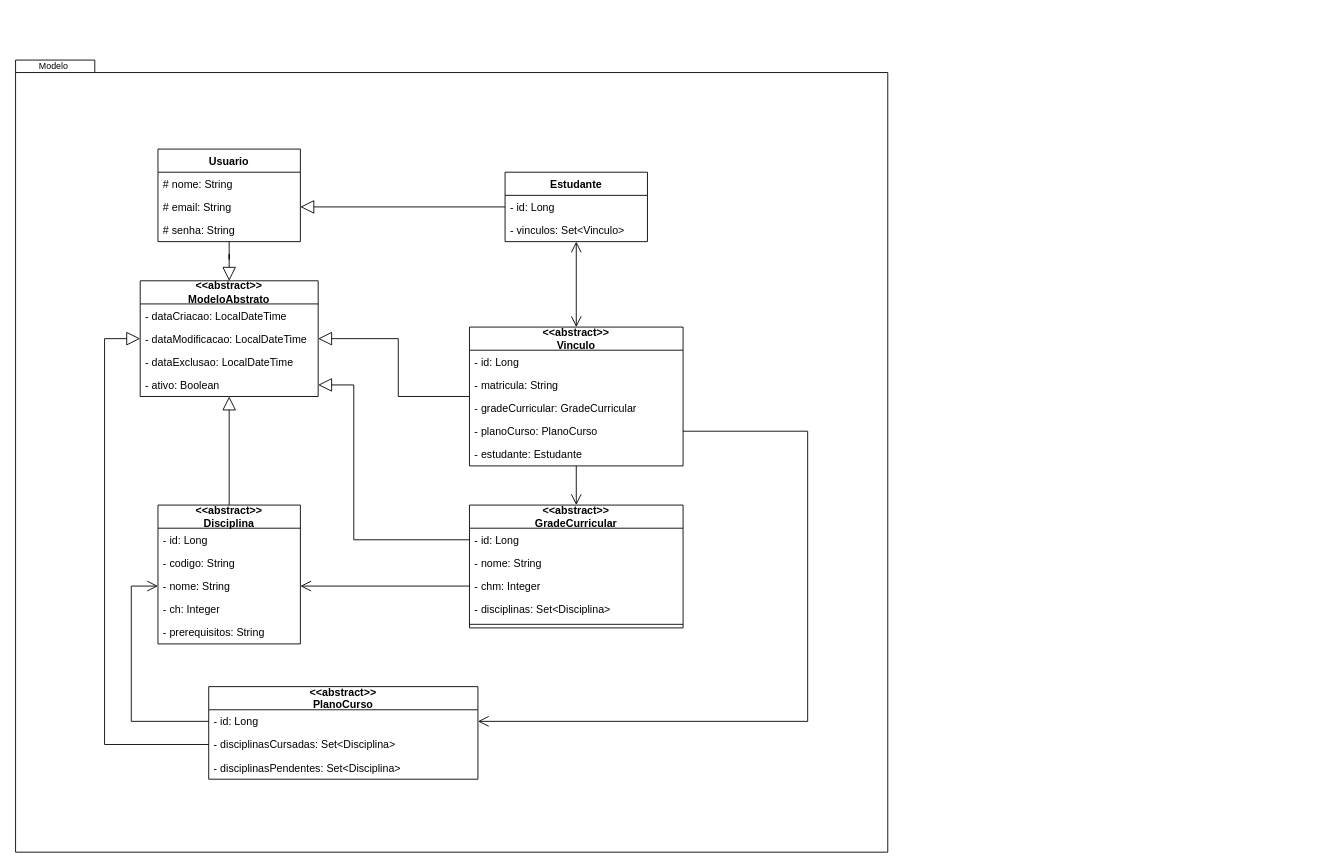
Above: page "Modelo (Framework)" (2 of 8) of planejamento/modelagem/Temp.drawio in arturo32/PODE (draw.io), before the change. Source tidied: cells renumbered, new cells numbered last; positions are measured from the earlier drawing's top-left corner, leaving out a move shared by most shapes. Both pictures are drawn from the tidied source at 89%, with x=0, y=0 at pixel (15, 15).
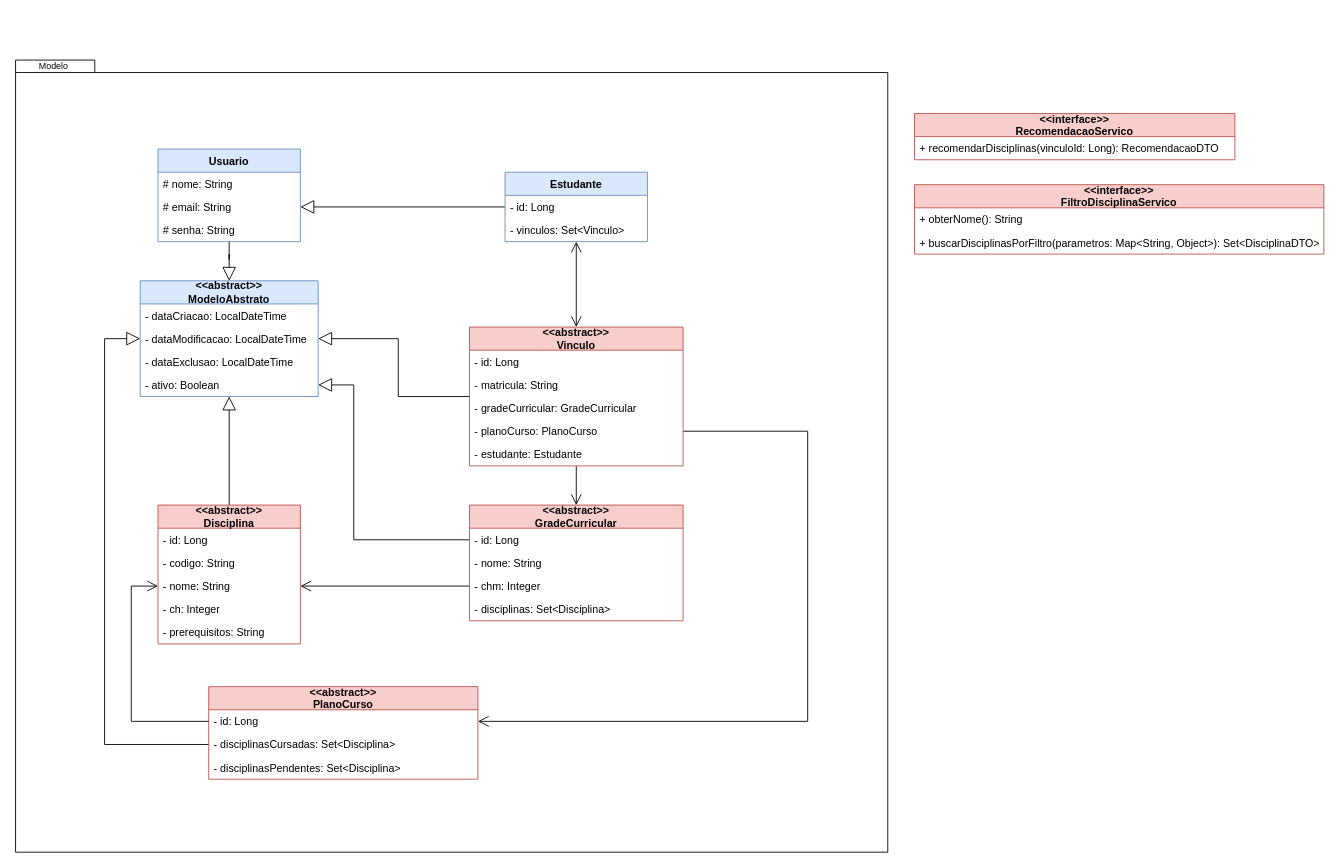
The same page after the edit.

Unchanged cells that the change refers to:
```xml
<mxCell id="2" style="group;" parent="1" vertex="1">
  <mxGeometry width="980" height="940" as="geometry" />
</mxCell>
```

The edit, as a diff of the source:
```diff
@@
-    <mxCell id="4" value="&lt;&lt;abstract&gt;&gt;&#10;Disciplina" style="swimlane;fontStyle=1;align=center;verticalAlign=middle;horizontal=1;startSize=26;rounded=0;shadow=0;glass=0;sketch=0;spacing=0;" parent="2" vertex="1">
+    <mxCell id="4" value="&lt;&lt;abstract&gt;&gt;&#10;Disciplina" style="swimlane;fontStyle=1;align=center;verticalAlign=middle;horizontal=1;startSize=26;rounded=0;shadow=0;glass=0;sketch=0;spacing=0;fillColor=#f8cecc;strokeColor=#b85450;" parent="2" vertex="1">
       <mxGeometry x="160" y="550" width="160" height="156" as="geometry" />
     </mxCell>
@@
-    <mxCell id="11" value="&lt;&lt;abstract&gt;&gt;&#10;ModeloAbstrato" style="swimlane;fontStyle=1;align=center;verticalAlign=middle;horizontal=1;startSize=26;rounded=0;shadow=0;glass=0;sketch=0;whiteSpace=wrap;" parent="1" vertex="1">
+    <mxCell id="11" value="&lt;&lt;abstract&gt;&gt;&#10;ModeloAbstrato" style="swimlane;fontStyle=1;align=center;verticalAlign=middle;horizontal=1;startSize=26;rounded=0;shadow=0;glass=0;sketch=0;whiteSpace=wrap;fillColor=#dae8fc;strokeColor=#6c8ebf;" parent="1" vertex="1">
       <mxGeometry x="140" y="298" width="200" height="130" as="geometry" />
     </mxCell>
@@
-    <mxCell id="17" value="Usuario" style="swimlane;fontStyle=1;align=center;verticalAlign=top;horizontal=1;startSize=26;rounded=0;shadow=0;glass=0;sketch=0;" parent="1" vertex="1">
+    <mxCell id="17" value="Usuario" style="swimlane;fontStyle=1;align=center;verticalAlign=top;horizontal=1;startSize=26;rounded=0;shadow=0;glass=0;sketch=0;fillColor=#dae8fc;strokeColor=#6c8ebf;" parent="1" vertex="1">
       <mxGeometry x="160" y="150" width="160" height="104" as="geometry" />
     </mxCell>
@@
-    <mxCell id="23" value="Estudante" style="swimlane;fontStyle=1;align=center;verticalAlign=top;horizontal=1;startSize=26;rounded=0;shadow=0;glass=0;sketch=0;" parent="1" vertex="1">
+    <mxCell id="23" value="Estudante" style="swimlane;fontStyle=1;align=center;verticalAlign=top;horizontal=1;startSize=26;rounded=0;shadow=0;glass=0;sketch=0;fillColor=#dae8fc;strokeColor=#6c8ebf;" parent="1" vertex="1">
       <mxGeometry x="550" y="176" width="160" height="78" as="geometry" />
     </mxCell>
@@
-    <mxCell id="29" value="&lt;&lt;abstract&gt;&gt;&#10;Vinculo" style="swimlane;fontStyle=1;align=center;verticalAlign=middle;horizontal=1;startSize=26;rounded=0;shadow=0;glass=0;sketch=0;" parent="1" vertex="1">
+    <mxCell id="29" value="&lt;&lt;abstract&gt;&gt;&#10;Vinculo" style="swimlane;fontStyle=1;align=center;verticalAlign=middle;horizontal=1;startSize=26;rounded=0;shadow=0;glass=0;sketch=0;fillColor=#f8cecc;strokeColor=#b85450;" parent="1" vertex="1">
       <mxGeometry x="510" y="350" width="240" height="156" as="geometry" />
     </mxCell>
@@
-    <mxCell id="37" value="&lt;&lt;abstract&gt;&gt;&#10;GradeCurricular" style="swimlane;fontStyle=1;align=center;verticalAlign=middle;horizontal=1;startSize=26;rounded=0;shadow=0;glass=0;sketch=0;" parent="1" vertex="1">
-      <mxGeometry x="510" y="550" width="240" height="138" as="geometry" />
+    <mxCell id="37" value="&lt;&lt;abstract&gt;&gt;&#10;GradeCurricular" style="swimlane;fontStyle=1;align=center;verticalAlign=middle;horizontal=1;startSize=26;rounded=0;shadow=0;glass=0;sketch=0;fillColor=#f8cecc;strokeColor=#b85450;" parent="1" vertex="1">
+      <mxGeometry x="510" y="550" width="240" height="130" as="geometry" />
     </mxCell>
@@
-    <mxCell id="42" style="line;strokeWidth=1;fillColor=none;align=left;verticalAlign=middle;spacingTop=-1;spacingLeft=3;spacingRight=3;labelPosition=right;fontStyle=1;" parent="37" vertex="1">
-      <mxGeometry y="130" width="240" height="8" as="geometry" />
-    </mxCell>
@@
-    <mxCell id="44" value="&lt;&lt;abstract&gt;&gt;&#10;PlanoCurso" style="swimlane;fontStyle=1;align=center;verticalAlign=middle;horizontal=1;startSize=26;rounded=0;shadow=0;glass=0;sketch=0;" parent="1" vertex="1">
+    <mxCell id="44" value="&lt;&lt;abstract&gt;&gt;&#10;PlanoCurso" style="swimlane;fontStyle=1;align=center;verticalAlign=middle;horizontal=1;startSize=26;rounded=0;shadow=0;glass=0;sketch=0;fillColor=#f8cecc;strokeColor=#b85450;" parent="1" vertex="1">
       <mxGeometry x="217" y="754" width="302.5" height="104" as="geometry" />
     </mxCell>
@@
+    <mxCell id="50" value="&lt;&lt;interface&gt;&gt;&#10;RecomendacaoServico" style="swimlane;fontStyle=1;align=center;verticalAlign=middle;horizontal=1;startSize=26;fontSize=12;fillColor=#f8cecc;strokeColor=#b85450;" parent="1" vertex="1">
+      <mxGeometry x="1010" y="110" width="360" height="52" as="geometry" />
+    </mxCell>
+    <mxCell id="51" value="+ recomendarDisciplinas(vinculoId: Long): RecomendacaoDTO" style="text;strokeColor=none;fillColor=none;align=left;verticalAlign=top;spacingLeft=4;spacingRight=4;overflow=hidden;fontSize=12;" parent="50" vertex="1">
+      <mxGeometry y="26" width="360" height="26" as="geometry" />
+    </mxCell>
+    <mxCell id="52" value="&lt;&lt;interface&gt;&gt;&#10;FiltroDisciplinaServico" style="swimlane;fontStyle=1;align=center;verticalAlign=middle;horizontal=1;startSize=26;fontSize=12;fillColor=#f8cecc;strokeColor=#b85450;" parent="1" vertex="1">
+      <mxGeometry x="1010" y="190" width="460" height="78" as="geometry" />
+    </mxCell>
+    <mxCell id="53" value="+ obterNome(): String" style="text;strokeColor=none;fillColor=none;align=left;verticalAlign=top;spacingLeft=4;spacingRight=4;overflow=hidden;fontSize=12;" parent="52" vertex="1">
+      <mxGeometry y="26" width="460" height="26" as="geometry" />
+    </mxCell>
+    <mxCell id="54" value="+ buscarDisciplinasPorFiltro(parametros: Map&lt;String, Object&gt;): Set&lt;DisciplinaDTO&gt;" style="text;strokeColor=none;fillColor=none;align=left;verticalAlign=top;spacingLeft=4;spacingRight=4;overflow=hidden;fontSize=12;" parent="52" vertex="1">
+      <mxGeometry y="52" width="460" height="26" as="geometry" />
+    </mxCell>
```
